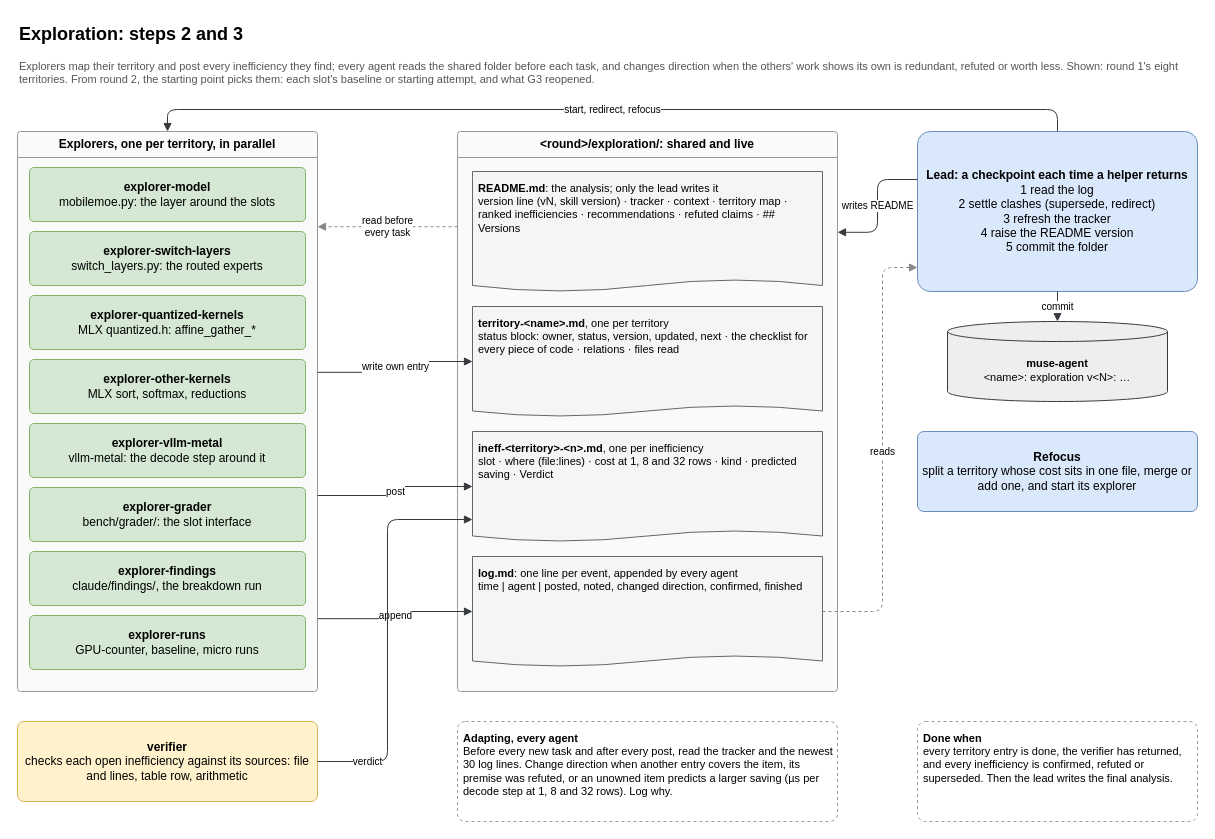
This is page "Exploration" (2 of 3) of claude/diagrams/muse-swarm.drawio from surucuonur/WeSolve-MetaHackathon, a draw.io file, before an edit. Source tidied: cells renumbered, new cells numbered last; positions are measured from the earlier drawing's top-left corner, leaving out a move shared by most shapes. Both pictures are drawn from the tidied source at 100%, with x=0, y=0 at pixel (17, 17).
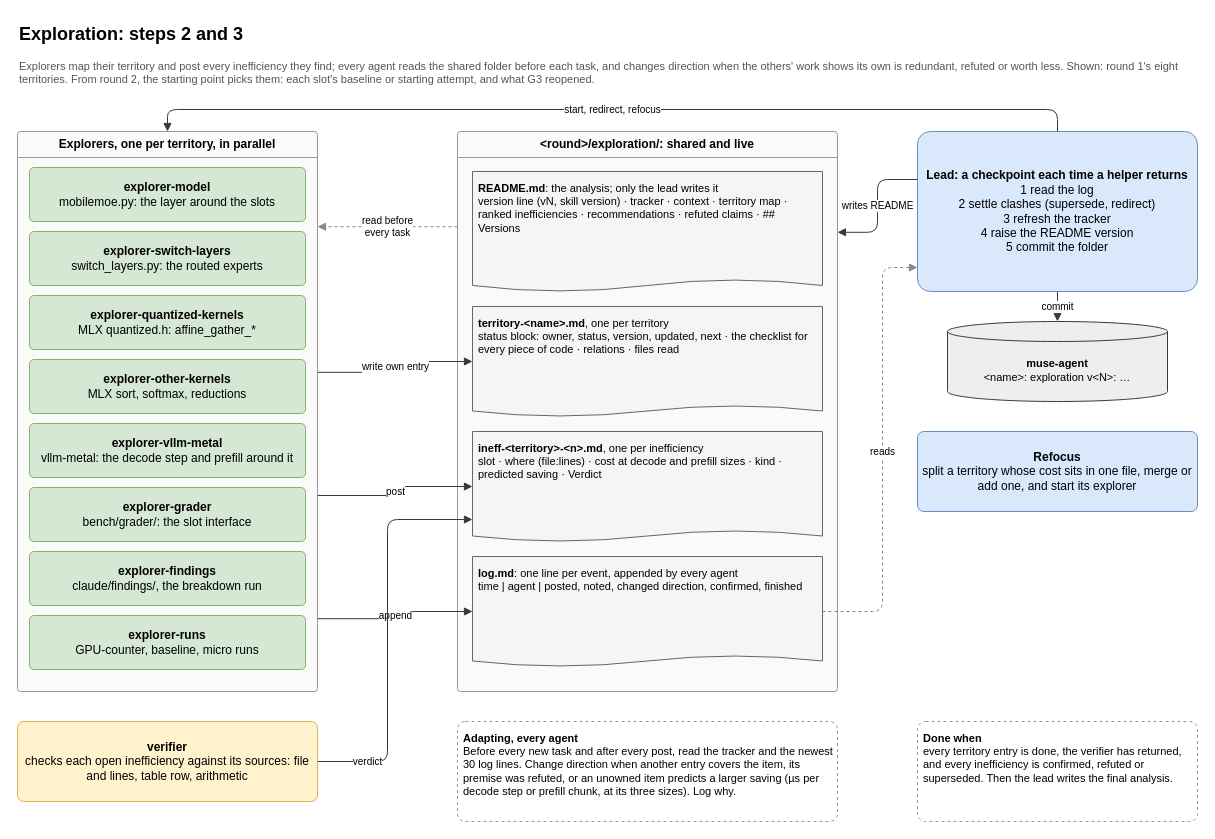
Above is the later version.

The change refers to these unchanged cells:
```xml
<mxCell id="4" value="Explorers, one per territory, in parallel" style="swimlane;whiteSpace=wrap;html=1;rounded=1;arcSize=4;startSize=26;fontSize=12;fontStyle=1;fillColor=#fafafa;strokeColor=#999999;swimlaneFillColor=#fafafa;" parent="1" vertex="1">
  <mxGeometry y="114" width="300" height="560" as="geometry" />
</mxCell>
<mxCell id="14" value="&amp;lt;round&amp;gt;/exploration/: shared and live" style="swimlane;whiteSpace=wrap;html=1;rounded=1;arcSize=4;startSize=26;fontSize=12;fontStyle=1;fillColor=#fafafa;strokeColor=#999999;swimlaneFillColor=#fafafa;" parent="1" vertex="1">
  <mxGeometry x="440" y="114" width="380" height="560" as="geometry" />
</mxCell>
```

What changed in the source:
```diff
@@
-    <mxCell id="9" value="&lt;b&gt;explorer-vllm-metal&lt;/b&gt;&lt;br&gt;vllm-metal: the decode step around it" style="rounded=1;whiteSpace=wrap;html=1;arcSize=8;fontSize=12;spacing=6;fillColor=#d5e8d4;strokeColor=#82b366;" parent="4" vertex="1">
+    <mxCell id="9" value="&lt;b&gt;explorer-vllm-metal&lt;/b&gt;&lt;br&gt;vllm-metal: the decode step and prefill around it" style="rounded=1;whiteSpace=wrap;html=1;arcSize=8;fontSize=12;spacing=6;fillColor=#d5e8d4;strokeColor=#82b366;" parent="4" vertex="1">
       <mxGeometry x="12" y="292" width="276" height="54" as="geometry" />
     </mxCell>
@@
-    <mxCell id="17" value="&lt;b&gt;ineff-&amp;lt;territory&amp;gt;-&amp;lt;n&amp;gt;.md&lt;/b&gt;, one per inefficiency&lt;br&gt;slot · where (file:lines) · cost at 1, 8 and 32 rows · kind · predicted saving · Verdict" style="shape=document;whiteSpace=wrap;html=1;boundedLbl=1;size=0.1;fontSize=11;spacing=6;fillColor=#f5f5f5;strokeColor=#666666;align=left;verticalAlign=top;" parent="14" vertex="1">
+    <mxCell id="17" value="&lt;b&gt;ineff-&amp;lt;territory&amp;gt;-&amp;lt;n&amp;gt;.md&lt;/b&gt;, one per inefficiency&lt;br&gt;slot · where (file:lines) · cost at decode and prefill sizes · kind · predicted saving · Verdict" style="shape=document;whiteSpace=wrap;html=1;boundedLbl=1;size=0.1;fontSize=11;spacing=6;fillColor=#f5f5f5;strokeColor=#666666;align=left;verticalAlign=top;" parent="14" vertex="1">
       <mxGeometry x="15" y="300" width="350" height="110" as="geometry" />
     </mxCell>
@@
-    <mxCell id="31" value="&lt;b&gt;Adapting, every agent&lt;/b&gt;&lt;br&gt;Before every new task and after every post, read the tracker and the newest 30 log lines. Change direction when another entry covers the item, its premise was refuted, or an unowned item predicts a larger saving (µs per decode step at 1, 8 and 32 rows). Log why." style="rounded=1;whiteSpace=wrap;html=1;arcSize=8;fontSize=12;spacing=6;fillColor=#ffffff;strokeColor=#999999;dashed=1;align=left;verticalAlign=top;fontSize=11;" parent="1" vertex="1">
+    <mxCell id="31" value="&lt;b&gt;Adapting, every agent&lt;/b&gt;&lt;br&gt;Before every new task and after every post, read the tracker and the newest 30 log lines. Change direction when another entry covers the item, its premise was refuted, or an unowned item predicts a larger saving (µs per decode step or prefill chunk, at its three sizes). Log why." style="rounded=1;whiteSpace=wrap;html=1;arcSize=8;fontSize=12;spacing=6;fillColor=#ffffff;strokeColor=#999999;dashed=1;align=left;verticalAlign=top;fontSize=11;" parent="1" vertex="1">
       <mxGeometry x="440" y="704" width="380" height="100" as="geometry" />
     </mxCell>
```
